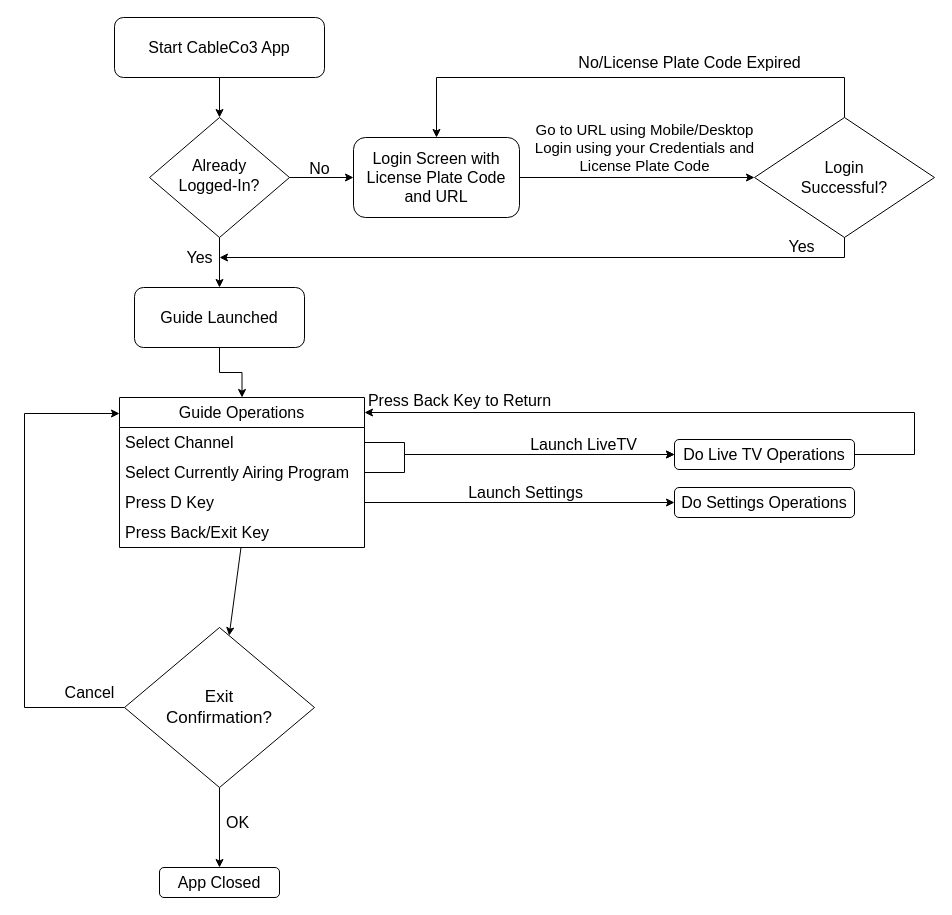
ashokkumarsh/diagrams keeps this draw.io diagram as ApplicationFlowDiagram.drawio. Above is the earlier version. Source tidied: cells renumbered, new cells numbered last; positions are measured from the earlier drawing's top-left corner, leaving out a move shared by most shapes. Both pictures are drawn from the tidied source at 100%, with x=0, y=0 at pixel (24, 17).
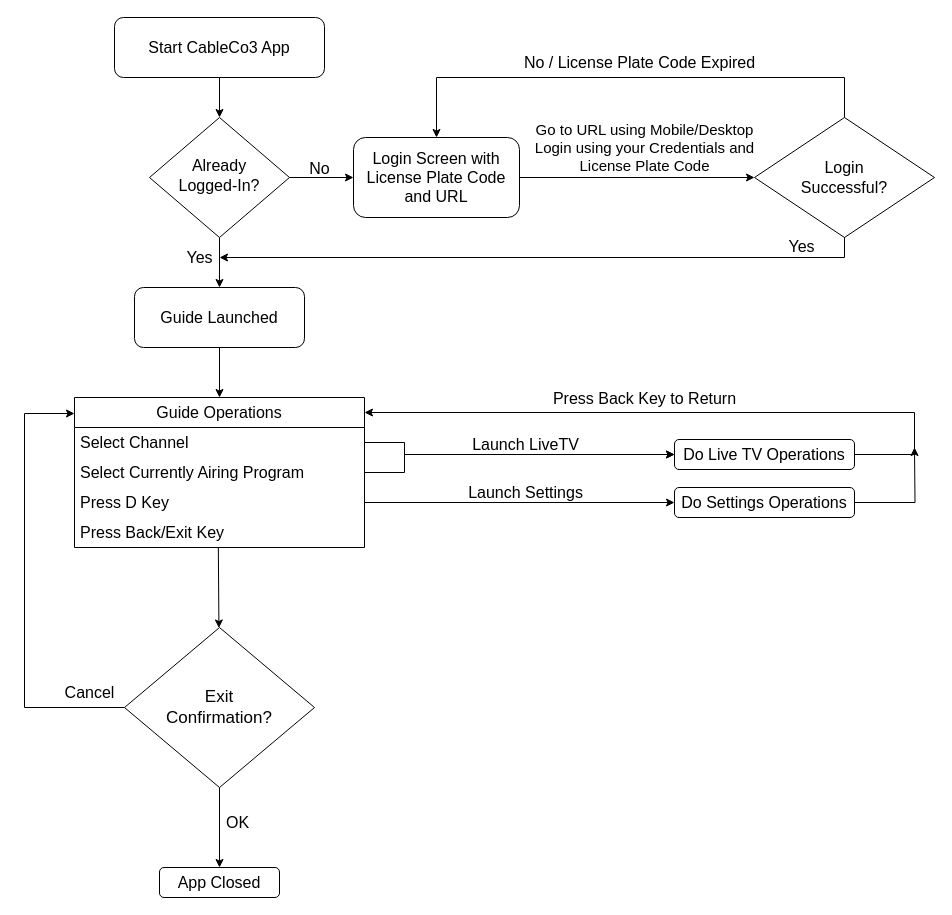
The same diagram, later.

Unchanged cells that the change refers to:
```xml
<mxCell id="28" value="Do Settings Operations" style="rounded=1;whiteSpace=wrap;html=1;fontSize=16;" parent="1" vertex="1">
  <mxGeometry x="650" y="470" width="180" height="30" as="geometry" />
</mxCell>
```

Diff of the diagram source:
```diff
@@
-    <mxCell id="15" value="No/License Plate Code Expired" style="text;html=1;align=center;verticalAlign=middle;strokeColor=none;fillColor=none;fontSize=16;" parent="1" vertex="1">
-      <mxGeometry x="540" y="30" width="250" height="30" as="geometry" />
+    <mxCell id="15" value="No / License Plate Code Expired" style="text;html=1;align=center;verticalAlign=middle;strokeColor=none;fillColor=none;fontSize=16;" parent="1" vertex="1">
+      <mxGeometry x="490" y="30" width="250" height="30" as="geometry" />
     </mxCell>
     <mxCell id="16" value="Guide Operations" style="swimlane;fontStyle=0;horizontal=1;startSize=30;whiteSpace=wrap;html=1;fontSize=16;" parent="1" vertex="1">
-      <mxGeometry x="95" y="380" width="245" height="150" as="geometry" />
+      <mxGeometry x="50" y="380" width="290" height="150" as="geometry" />
     </mxCell>
     <mxCell id="17" value="Select Channel" style="text;strokeColor=none;fillColor=none;align=left;verticalAlign=middle;spacingLeft=4;spacingRight=4;overflow=hidden;points=[[0,0.5],[1,0.5]];portConstraint=eastwest;whiteSpace=wrap;html=1;fontSize=16;" parent="16" vertex="1">
-      <mxGeometry y="30" width="245" height="30" as="geometry" />
+      <mxGeometry y="30" width="290" height="30" as="geometry" />
     </mxCell>
     <mxCell id="18" value="Select Currently Airing Program" style="text;strokeColor=none;fillColor=none;align=left;verticalAlign=middle;spacingLeft=4;spacingRight=4;overflow=hidden;points=[[0,0.5],[1,0.5]];portConstraint=eastwest;whiteSpace=wrap;html=1;fontSize=16;" parent="16" vertex="1">
-      <mxGeometry y="60" width="245" height="30" as="geometry" />
+      <mxGeometry y="60" width="290" height="30" as="geometry" />
     </mxCell>
     <mxCell id="19" value="Press D Key" style="text;strokeColor=none;fillColor=none;align=left;verticalAlign=middle;spacingLeft=4;spacingRight=4;overflow=hidden;points=[[0,0.5],[1,0.5]];portConstraint=eastwest;whiteSpace=wrap;html=1;fontSize=16;" parent="16" vertex="1">
-      <mxGeometry y="90" width="245" height="30" as="geometry" />
+      <mxGeometry y="90" width="290" height="30" as="geometry" />
     </mxCell>
     <mxCell id="20" value="Press Back/Exit Key" style="text;strokeColor=none;fillColor=none;align=left;verticalAlign=middle;spacingLeft=4;spacingRight=4;overflow=hidden;points=[[0,0.5],[1,0.5]];portConstraint=eastwest;whiteSpace=wrap;html=1;fontSize=16;" parent="16" vertex="1">
-      <mxGeometry y="120" width="245" height="30" as="geometry" />
+      <mxGeometry y="120" width="290" height="30" as="geometry" />
     </mxCell>
@@
     <mxCell id="25" value="Launch LiveTV" style="text;html=1;align=center;verticalAlign=middle;strokeColor=none;fillColor=none;fontSize=16;" parent="1" vertex="1">
-      <mxGeometry x="494" y="412" width="130" height="30" as="geometry" />
+      <mxGeometry x="436" y="412" width="130" height="30" as="geometry" />
     </mxCell>
@@
     <mxCell id="27" value="Press Back Key to Return" style="text;html=1;align=center;verticalAlign=middle;strokeColor=none;fillColor=none;fontSize=16;" parent="1" vertex="1">
-      <mxGeometry x="330" y="368" width="210" height="30" as="geometry" />
+      <mxGeometry x="515" y="366" width="210" height="30" as="geometry" />
     </mxCell>
+    <mxCell id="40" style="edgeStyle=orthogonalEdgeStyle;rounded=0;jettySize=auto;html=1;" parent="1" edge="1" source="28">
+      <mxGeometry relative="1" as="geometry">
+        <mxPoint x="890" y="430" as="targetPoint" />
+      </mxGeometry>
+    </mxCell>
```
